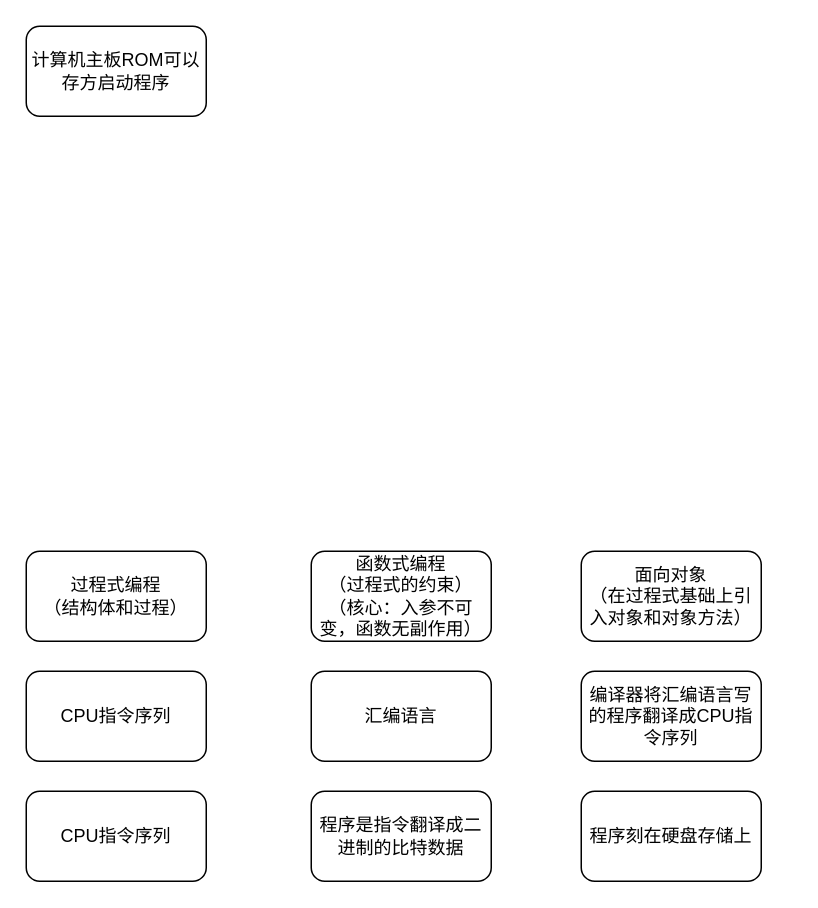
Above: page "编程语言的发展" (3 of 6) of 架构师技能.drawio in caoj/drawio-online (draw.io), before the change. Source tidied: cells renumbered, new cells numbered last; positions are measured from the earlier drawing's top-left corner, leaving out a move shared by most shapes. Both pictures are drawn from the tidied source at 150%, with x=0, y=0 at pixel (26, 26).
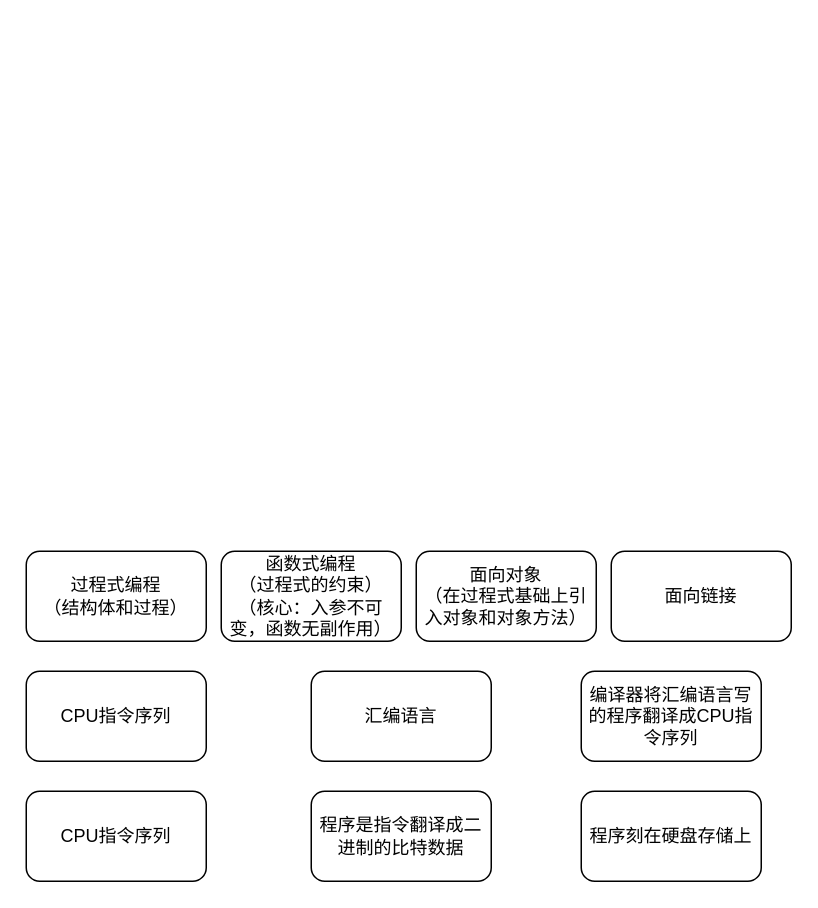
The same page after the edit.

Diff of the diagram source:
```diff
@@
 <mxGraphModel>
   <root>
     <mxCell id="0" />
     <mxCell id="1" parent="0" />
     <mxCell id="2" value="程序刻在硬盘存储上" style="rounded=1;whiteSpace=wrap;html=1;" parent="1" vertex="1">
       <mxGeometry x="370" y="510" width="120" height="60" as="geometry" />
     </mxCell>
     <mxCell id="3" value="CPU指令序列" style="rounded=1;whiteSpace=wrap;html=1;" parent="1" vertex="1">
       <mxGeometry y="510" width="120" height="60" as="geometry" />
     </mxCell>
-    <mxCell id="4" value="计算机主板ROM可以存方启动程序" style="rounded=1;whiteSpace=wrap;html=1;" parent="1" vertex="1">
-      <mxGeometry width="120" height="60" as="geometry" />
-    </mxCell>
     <mxCell id="5" value="程序是指令翻译成二进制的比特数据" style="rounded=1;whiteSpace=wrap;html=1;" parent="1" vertex="1">
       <mxGeometry x="190" y="510" width="120" height="60" as="geometry" />
     </mxCell>
     <mxCell id="6" value="CPU指令序列" style="rounded=1;whiteSpace=wrap;html=1;" parent="1" vertex="1">
       <mxGeometry y="430" width="120" height="60" as="geometry" />
     </mxCell>
     <mxCell id="7" value="汇编语言" style="rounded=1;whiteSpace=wrap;html=1;" parent="1" vertex="1">
       <mxGeometry x="190" y="430" width="120" height="60" as="geometry" />
     </mxCell>
     <mxCell id="8" value="编译器将汇编语言写的程序翻译成CPU指令序列" style="rounded=1;whiteSpace=wrap;html=1;" parent="1" vertex="1">
       <mxGeometry x="370" y="430" width="120" height="60" as="geometry" />
     </mxCell>
     <mxCell id="9" value="过程式编程&lt;br&gt;（结构体和过程）" style="rounded=1;whiteSpace=wrap;html=1;" parent="1" vertex="1">
       <mxGeometry y="350" width="120" height="60" as="geometry" />
     </mxCell>
     <mxCell id="10" value="函数式编程&lt;br&gt;（过程式的约束）&lt;br&gt;（核心：入参不可变，函数无副作用）" style="rounded=1;whiteSpace=wrap;html=1;" parent="1" vertex="1">
-      <mxGeometry x="190" y="350" width="120" height="60" as="geometry" />
+      <mxGeometry x="130" y="350" width="120" height="60" as="geometry" />
     </mxCell>
     <mxCell id="11" value="面向对象&lt;br&gt;（在过程式基础上引入对象和对象方法）" style="rounded=1;whiteSpace=wrap;html=1;" parent="1" vertex="1">
-      <mxGeometry x="370" y="350" width="120" height="60" as="geometry" />
+      <mxGeometry x="260" y="350" width="120" height="60" as="geometry" />
     </mxCell>
+    <mxCell id="12" value="面向链接" style="rounded=1;whiteSpace=wrap;html=1;" parent="1" vertex="1">
+      <mxGeometry x="390" y="350" width="120" height="60" as="geometry" />
+    </mxCell>
   </root>
 </mxGraphModel>
```
